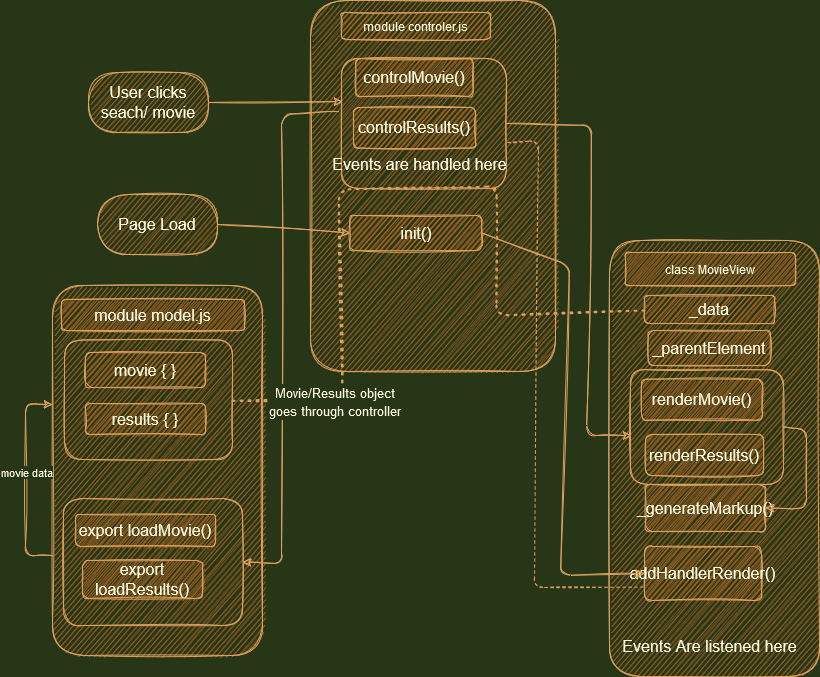
This is Architecture.png from stsp93/Cinemania, a draw.io export, as it was before one commit. Source tidied: cells renumbered, new cells last; positions are measured from the earlier drawing's top-left corner, leaving out a move shared by most shapes.
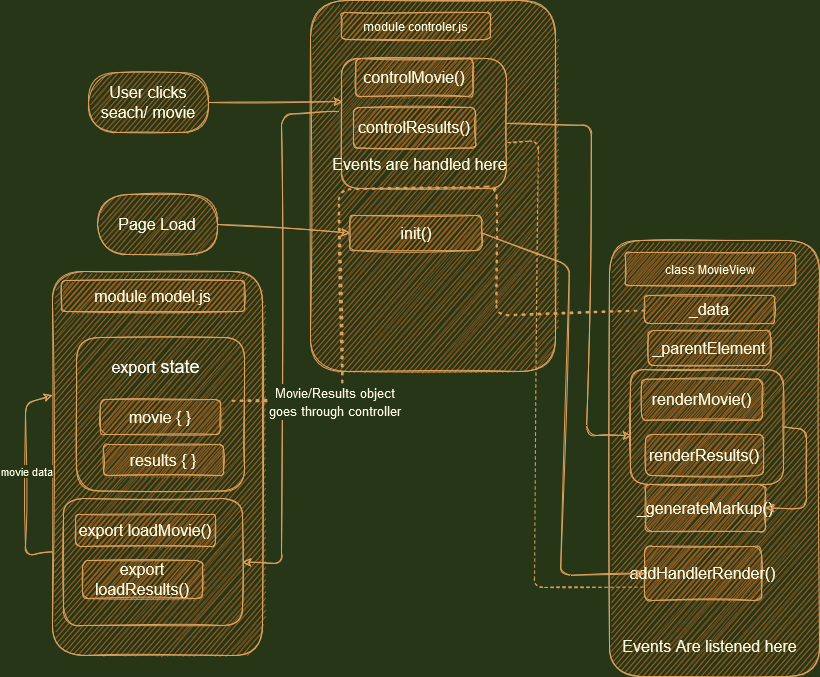
Later version of the same file.

The edit, as a diff of the source:
```diff
@@ -3,7 +3,7 @@
     <mxCell id="0" />
     <mxCell id="1" parent="0" />
     <mxCell id="2" style="rounded=1;whiteSpace=wrap;html=1;sketch=1;fillColor=#BC6C25;strokeColor=#DDA15E;fontColor=#FEFAE0;fontStyle=0;fontSize=16;" parent="1" vertex="1">
-      <mxGeometry x="27" y="285" width="210" height="370" as="geometry" />
+      <mxGeometry x="27" y="271" width="210" height="384" as="geometry" />
     </mxCell>
     <mxCell id="3" style="rounded=1;whiteSpace=wrap;html=1;sketch=1;fillColor=#BC6C25;strokeColor=#DDA15E;fontColor=#FEFAE0;" parent="1" vertex="1">
       <mxGeometry x="285" width="245" height="371" as="geometry" />
@@ -15,7 +15,7 @@
       <mxGeometry x="316" y="12" width="149" height="27" as="geometry" />
     </mxCell>
     <mxCell id="6" value="&lt;div&gt;module model.js&lt;/div&gt;" style="rounded=1;whiteSpace=wrap;html=1;fillColor=#BC6C25;strokeColor=#DDA15E;sketch=1;fontColor=#FEFAE0;fontStyle=0;fontSize=16;" parent="1" vertex="1">
-      <mxGeometry x="36" y="299" width="183" height="31" as="geometry" />
+      <mxGeometry x="36" y="280" width="183" height="31" as="geometry" />
     </mxCell>
     <mxCell id="7" value="class MovieView" style="rounded=1;whiteSpace=wrap;html=1;fillColor=#BC6C25;strokeColor=#DDA15E;sketch=1;fontColor=#FEFAE0;" parent="1" vertex="1">
       <mxGeometry x="600" y="252" width="170" height="33" as="geometry" />
@@ -35,16 +35,16 @@
       <mxGeometry x="0.08" relative="1" as="geometry" />
     </mxCell>
     <mxCell id="11" value="movie { }" style="rounded=1;whiteSpace=wrap;html=1;sketch=1;fillColor=#BC6C25;strokeColor=#DDA15E;fontColor=#FEFAE0;fontStyle=0;fontSize=16;" parent="1" vertex="1">
-      <mxGeometry x="60" y="352" width="120" height="35" as="geometry" />
+      <mxGeometry x="75" y="399" width="120" height="35" as="geometry" />
     </mxCell>
     <mxCell id="12" value="export loadResults()" style="rounded=1;whiteSpace=wrap;html=1;fillColor=#BC6C25;strokeColor=#DDA15E;sketch=1;fontColor=#FEFAE0;fontStyle=0;fontSize=16;" parent="1" vertex="1">
       <mxGeometry x="57" y="560" width="120" height="38" as="geometry" />
     </mxCell>
     <mxCell id="13" value="results { }" style="rounded=1;whiteSpace=wrap;html=1;sketch=1;fillColor=#BC6C25;strokeColor=#DDA15E;fontColor=#FEFAE0;fontStyle=0;fontSize=16;" parent="1" vertex="1">
-      <mxGeometry x="60" y="403" width="120" height="31" as="geometry" />
+      <mxGeometry x="78" y="444" width="120" height="31" as="geometry" />
     </mxCell>
     <mxCell id="14" style="rounded=1;whiteSpace=wrap;html=1;fillColor=none;sketch=1;strokeColor=#DDA15E;fontColor=#FEFAE0;fontStyle=0;fontSize=16;" parent="1" vertex="1">
-      <mxGeometry x="39" y="339.5" width="168" height="119.5" as="geometry" />
+      <mxGeometry x="51" y="337" width="168" height="153.5" as="geometry" />
     </mxCell>
     <mxCell id="15" style="rounded=1;whiteSpace=wrap;html=1;fillColor=none;sketch=1;strokeColor=#DDA15E;fontColor=#FEFAE0;fontStyle=0;fontSize=16;" parent="1" vertex="1">
       <mxGeometry x="38" y="498" width="179" height="127" as="geometry" />
@@ -157,5 +157,8 @@
     <mxCell id="39" value="_parentElement" style="rounded=1;whiteSpace=wrap;html=1;fillColor=#BC6C25;strokeColor=#DDA15E;sketch=1;fontColor=#FEFAE0;fontStyle=0;fontSize=16;" parent="1" vertex="1">
       <mxGeometry x="622.8" y="330" width="122.2" height="35" as="geometry" />
     </mxCell>
+    <mxCell id="40" value="export &lt;font style=&quot;font-size: 18px;&quot;&gt;state&lt;/font&gt;" style="text;html=1;align=center;verticalAlign=middle;strokeColor=none;fillColor=none;strokeWidth=1;fontSize=16;fontColor=#FFFFFF;" parent="1" vertex="1">
+      <mxGeometry x="77" y="349" width="106" height="34" as="geometry" />
+    </mxCell>
   </root>
 </mxGraphModel>
```
